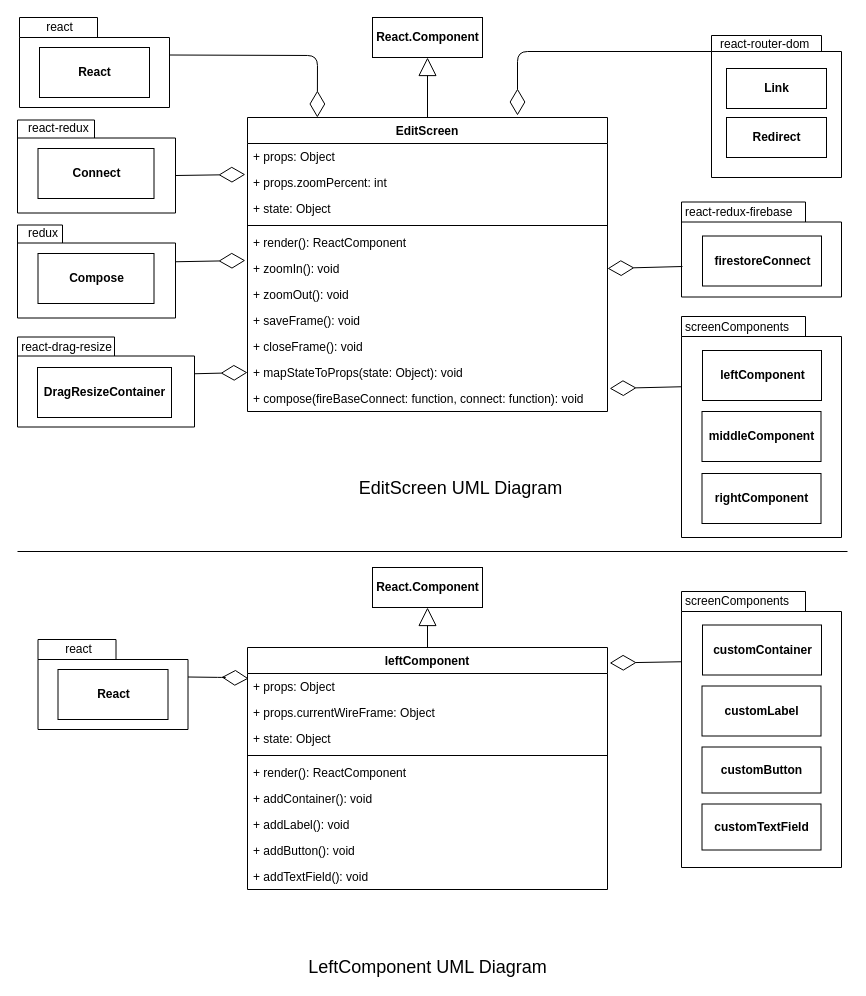
The draw.io diagram page "EditScreen" (8 of 10) of Design/UML Diagram - drawio/All UML Diagrams.drawio in Avik9/WireFramer, before the edit. Source tidied: cells renumbered, new cells numbered last; positions are measured from the earlier drawing's top-left corner, leaving out a move shared by most shapes. Both pictures are drawn from the tidied source at 100%, with x=0, y=0 at pixel (17, 17).
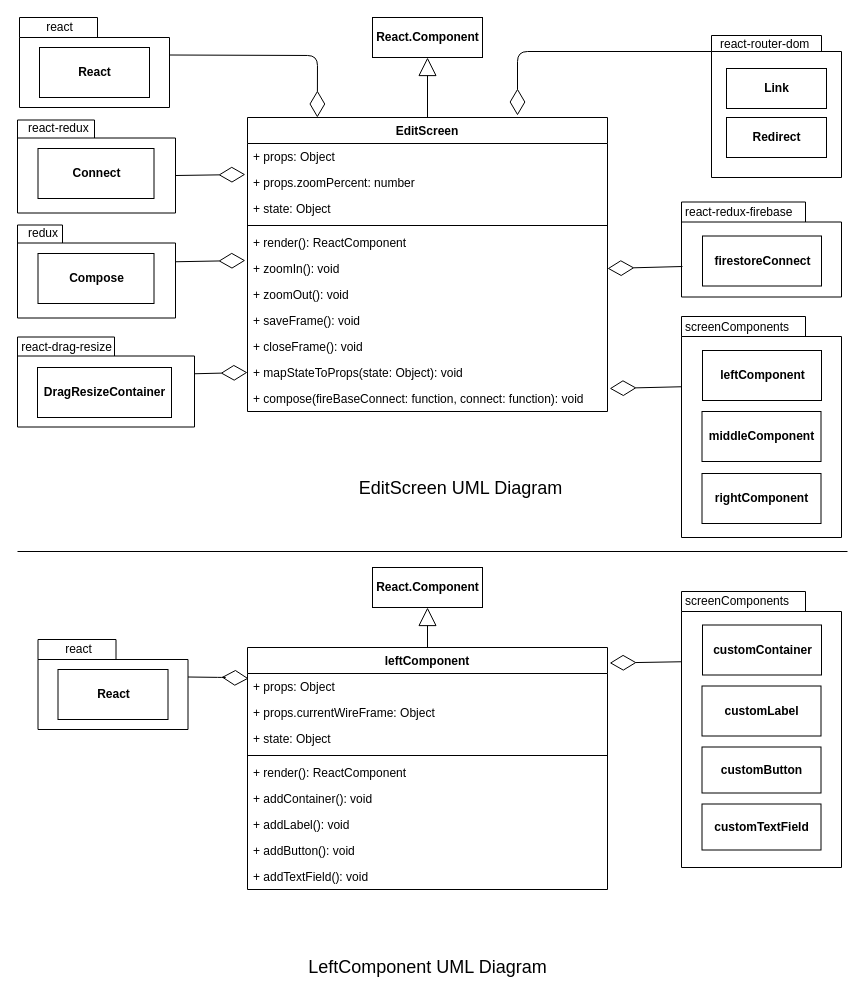
After the change.

The change refers to these unchanged cells:
```xml
<mxCell id="2" value="EditScreen" style="swimlane;fontStyle=1;horizontal=1;startSize=26;fillColor=none;" parent="1" vertex="1">
  <mxGeometry x="230" y="100" width="360" height="294" as="geometry" />
</mxCell>
```

What changed in the source:
```diff
@@
-    <mxCell id="4" value="+ props.zoomPercent: int" style="text;strokeColor=none;fillColor=none;align=left;verticalAlign=top;spacingLeft=4;spacingRight=4;overflow=hidden;points=[[0,0.5],[1,0.5]];portConstraint=eastwest;" parent="2" vertex="1">
+    <mxCell id="4" value="+ props.zoomPercent: number" style="text;strokeColor=none;fillColor=none;align=left;verticalAlign=top;spacingLeft=4;spacingRight=4;overflow=hidden;points=[[0,0.5],[1,0.5]];portConstraint=eastwest;" parent="2" vertex="1">
       <mxGeometry y="52" width="360" height="26" as="geometry" />
     </mxCell>
```
